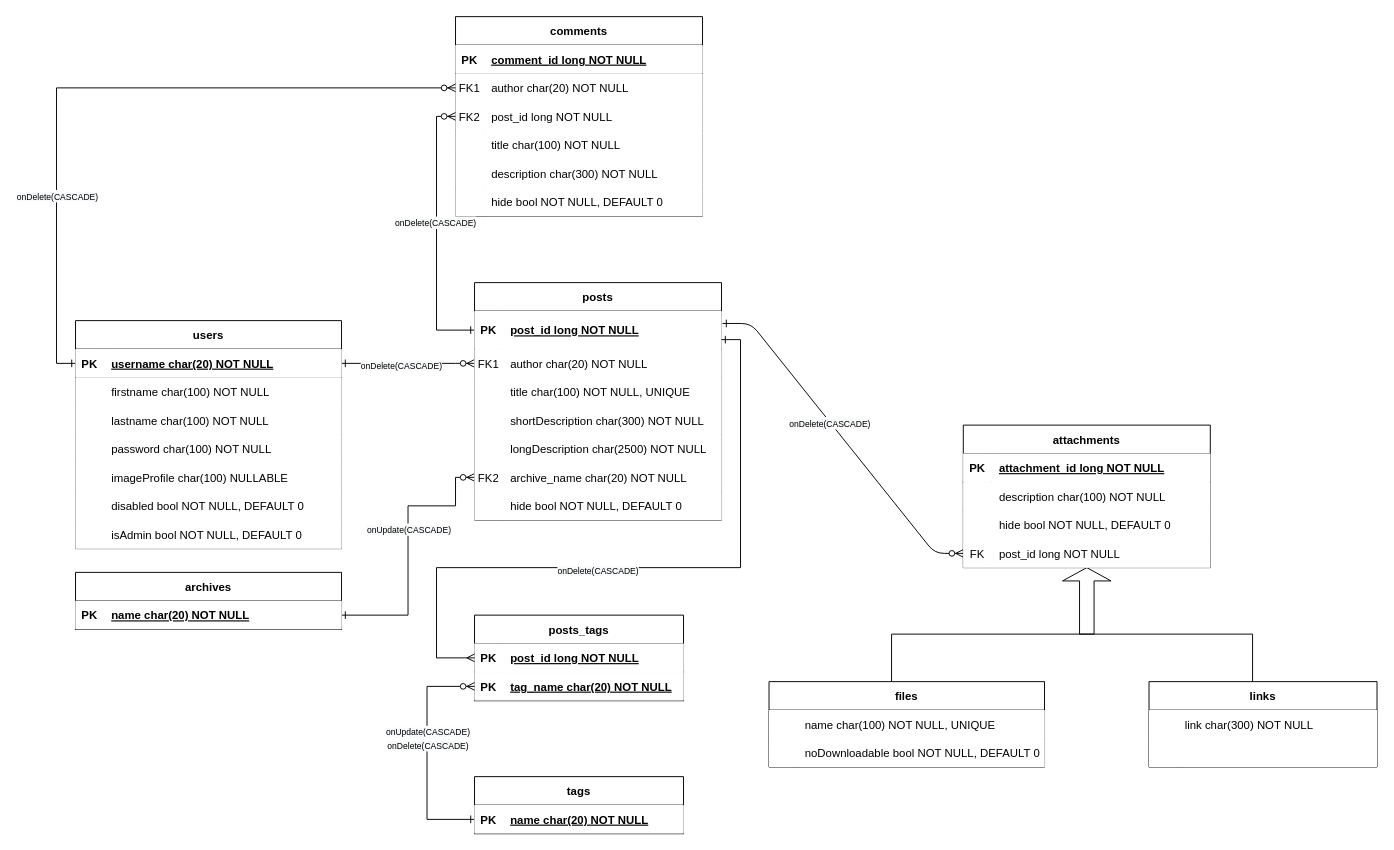
This is Modello DB.drawio from lorenzofratini1998/ADVProgramming_Project, a draw.io file, before an edit. Source tidied: cells renumbered, new cells numbered last; positions are measured from the earlier drawing's top-left corner, leaving out a move shared by most shapes. Both pictures are drawn from the tidied source at 95%, with x=0, y=0 at pixel (75, 16).
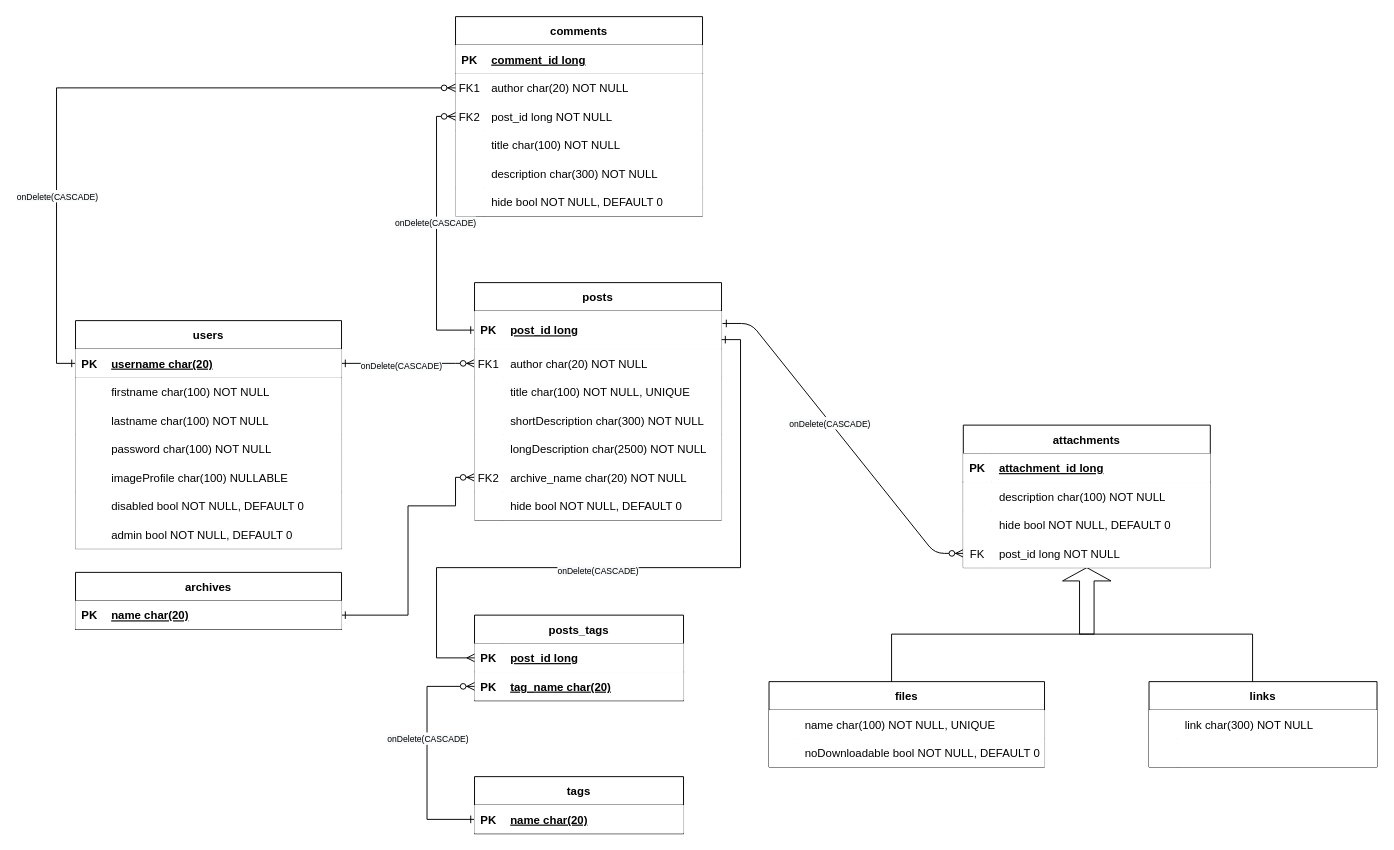
After the change.

Unchanged cells that the change refers to:
```xml
<mxCell id="5" style="shape=partialRectangle;top=0;left=0;right=0;bottom=1;" parent="4" vertex="1">
  <mxGeometry y="30" width="260" height="30" as="geometry" />
</mxCell>
<mxCell id="27" style="edgeStyle=orthogonalEdgeStyle;rounded=0;jettySize=auto;html=1;exitX=1;exitY=0.5;exitDx=0;exitDy=0;entryX=0;entryY=0.5;entryDx=0;entryDy=0;startArrow=ERone;startFill=0;endArrow=ERzeroToMany;endFill=1;fillColor=#FFFF33;" parent="1" edge="1" source="120" target="47">
  <mxGeometry relative="1" as="geometry">
    <Array as="points">
      <mxPoint x="350" y="630" />
      <mxPoint x="350" y="515" />
      <mxPoint x="400" y="515" />
      <mxPoint x="400" y="485" />
    </Array>
  </mxGeometry>
</mxCell>
<mxCell id="32" style="shape=partialRectangle;points=[[0,0.5],[1,0.5]];portConstraint=eastwest;top=0;left=0;right=0;bottom=1;" parent="31" vertex="1">
  <mxGeometry y="30" width="260" height="40" as="geometry" />
</mxCell>
<mxCell id="54" style="shape=partialRectangle;points=[[0,0.5],[1,0.5]];portConstraint=eastwest;top=0;left=0;right=0;bottom=1;" parent="53" vertex="1">
  <mxGeometry y="30" width="220" height="30" as="geometry" />
</mxCell>
<mxCell id="57" style="shape=partialRectangle;points=[[0,0.5],[1,0.5]];portConstraint=eastwest;top=0;left=0;right=0;bottom=1;" parent="53" vertex="1">
  <mxGeometry y="60" width="220" height="30" as="geometry" />
</mxCell>
<mxCell id="60" style="edgeStyle=orthogonalEdgeStyle;rounded=0;jettySize=auto;html=1;startArrow=ERone;startFill=0;endArrow=ERzeroToMany;endFill=1;fillColor=#FFFF33;entryX=0;entryY=0.5;entryDx=0;entryDy=0;exitX=0;exitY=0.5;exitDx=0;exitDy=0;" parent="1" edge="1" source="81" target="57">
  <mxGeometry relative="1" as="geometry">
    <Array as="points">
      <mxPoint x="370" y="845" />
      <mxPoint x="370" y="705" />
    </Array>
  </mxGeometry>
</mxCell>
<mxCell id="81" style="shape=partialRectangle;points=[[0,0.5],[1,0.5]];portConstraint=eastwest;top=0;left=0;right=0;bottom=1;" parent="80" vertex="1">
  <mxGeometry y="30" width="220" height="30" as="geometry" />
</mxCell>
<mxCell id="85" style="shape=partialRectangle;top=0;left=0;right=0;bottom=1;" parent="84" vertex="1">
  <mxGeometry y="30" width="260" height="30" as="geometry" />
</mxCell>
<mxCell id="98" style="shape=partialRectangle;points=[[0,0.5],[1,0.5]];portConstraint=eastwest;top=0;left=0;right=0;bottom=1;" parent="97" vertex="1">
  <mxGeometry y="30" width="280" height="30" as="geometry" />
</mxCell>
<mxCell id="116" style="shape=partialRectangle;top=0;left=0;right=0;bottom=0;" parent="97" vertex="1">
  <mxGeometry y="210" width="280" height="30" as="geometry" />
</mxCell>
<mxCell id="120" style="shape=partialRectangle;points=[[0,0.5],[1,0.5]];portConstraint=eastwest;top=0;left=0;right=0;bottom=1;" parent="119" vertex="1">
  <mxGeometry y="30" width="280" height="30" as="geometry" />
</mxCell>
```

Diff of the diagram source:
```diff
@@
-    <mxCell id="7" value="comment_id long NOT NULL" style="shape=partialRectangle;overflow=hidden;top=0;left=0;bottom=0;right=0;align=left;spacingLeft=6;fontStyle=5;" parent="5" vertex="1">
+    <mxCell id="7" value="comment_id long" style="shape=partialRectangle;overflow=hidden;top=0;left=0;bottom=0;right=0;align=left;spacingLeft=6;fontStyle=5;" parent="5" vertex="1">
       <mxGeometry x="30" width="230" height="30" as="geometry" />
     </mxCell>
@@
-    <mxCell id="28" value="&lt;span style=&quot;font-size: 9px ; background-color: rgb(248 , 249 , 250)&quot;&gt;onUpdate(&lt;/span&gt;&lt;span style=&quot;font-size: 9px ; background-color: rgb(248 , 249 , 250)&quot;&gt;CASCADE&lt;/span&gt;&lt;span style=&quot;font-size: 9px ; background-color: rgb(248 , 249 , 250)&quot;&gt;)&lt;/span&gt;" style="edgeLabel;html=1;align=center;verticalAlign=middle;" parent="27" vertex="1">
-      <mxGeometry x="0.13" relative="1" as="geometry" />
-    </mxCell>
@@
-    <mxCell id="34" value="post_id long NOT NULL" style="shape=partialRectangle;overflow=hidden;top=0;left=0;bottom=0;right=0;align=left;spacingLeft=6;fontStyle=5;" parent="32" vertex="1">
+    <mxCell id="34" value="post_id long" style="shape=partialRectangle;overflow=hidden;top=0;left=0;bottom=0;right=0;align=left;spacingLeft=6;fontStyle=5;" parent="32" vertex="1">
       <mxGeometry x="30" width="230" height="40" as="geometry" />
     </mxCell>
@@
-    <mxCell id="56" value="post_id long NOT NULL " style="shape=partialRectangle;overflow=hidden;top=0;left=0;bottom=0;right=0;align=left;spacingLeft=6;fontStyle=5;" parent="54" vertex="1">
+    <mxCell id="56" value="post_id long" style="shape=partialRectangle;overflow=hidden;top=0;left=0;bottom=0;right=0;align=left;spacingLeft=6;fontStyle=5;" parent="54" vertex="1">
       <mxGeometry x="30" width="190" height="30" as="geometry" />
     </mxCell>
@@
-    <mxCell id="59" value="tag_name char(20) NOT NULL " style="shape=partialRectangle;overflow=hidden;top=0;left=0;bottom=0;right=0;align=left;spacingLeft=6;fontStyle=5;" parent="57" vertex="1">
+    <mxCell id="59" value="tag_name char(20)" style="shape=partialRectangle;overflow=hidden;top=0;left=0;bottom=0;right=0;align=left;spacingLeft=6;fontStyle=5;" parent="57" vertex="1">
       <mxGeometry x="30" width="190" height="30" as="geometry" />
     </mxCell>
@@
-    <mxCell id="61" value="&lt;span style=&quot;font-size: 9px ; background-color: rgb(248 , 249 , 250)&quot;&gt;onUpdate(&lt;/span&gt;&lt;span style=&quot;font-size: 9px ; background-color: rgb(248 , 249 , 250)&quot;&gt;CASCADE&lt;/span&gt;&lt;span style=&quot;font-size: 9px ; background-color: rgb(248 , 249 , 250)&quot;&gt;)&lt;br&gt;&lt;/span&gt;&lt;span style=&quot;font-size: 9px ; background-color: rgb(248 , 249 , 250)&quot;&gt;onDelete(CASCADE)&lt;/span&gt;&lt;span style=&quot;font-size: 9px ; background-color: rgb(248 , 249 , 250)&quot;&gt;&lt;br&gt;&lt;/span&gt;" style="edgeLabel;html=1;align=center;verticalAlign=middle;" parent="60" vertex="1">
+    <mxCell id="61" value="&lt;span style=&quot;font-size: 9px ; background-color: rgb(248 , 249 , 250)&quot;&gt;onDelete(CASCADE)&lt;/span&gt;&lt;span style=&quot;font-size: 9px ; background-color: rgb(248 , 249 , 250)&quot;&gt;&lt;br&gt;&lt;/span&gt;" style="edgeLabel;html=1;align=center;verticalAlign=middle;" parent="60" vertex="1">
       <mxGeometry x="0.13" relative="1" as="geometry" />
     </mxCell>
@@
-    <mxCell id="83" value="name char(20) NOT NULL " style="shape=partialRectangle;overflow=hidden;top=0;left=0;bottom=0;right=0;align=left;spacingLeft=6;fontStyle=5;" parent="81" vertex="1">
+    <mxCell id="83" value="name char(20)" style="shape=partialRectangle;overflow=hidden;top=0;left=0;bottom=0;right=0;align=left;spacingLeft=6;fontStyle=5;" parent="81" vertex="1">
       <mxGeometry x="30" width="190" height="30" as="geometry" />
     </mxCell>
@@
-    <mxCell id="87" value="attachment_id long NOT NULL" style="shape=partialRectangle;overflow=hidden;top=0;left=0;bottom=0;right=0;align=left;spacingLeft=6;fontStyle=5;" parent="85" vertex="1">
+    <mxCell id="87" value="attachment_id long" style="shape=partialRectangle;overflow=hidden;top=0;left=0;bottom=0;right=0;align=left;spacingLeft=6;fontStyle=5;" parent="85" vertex="1">
       <mxGeometry x="30" width="230" height="30" as="geometry" />
     </mxCell>
@@
-    <mxCell id="100" value="username char(20) NOT NULL" style="shape=partialRectangle;overflow=hidden;top=0;left=0;bottom=0;right=0;align=left;spacingLeft=6;fontStyle=5;" parent="98" vertex="1">
+    <mxCell id="100" value="username char(20)" style="shape=partialRectangle;overflow=hidden;top=0;left=0;bottom=0;right=0;align=left;spacingLeft=6;fontStyle=5;" parent="98" vertex="1">
       <mxGeometry x="30" width="250" height="30" as="geometry" />
     </mxCell>
@@
-    <mxCell id="118" value="isAdmin bool NOT NULL, DEFAULT 0" style="shape=partialRectangle;overflow=hidden;top=0;left=0;bottom=0;right=0;align=left;spacingLeft=6;" parent="116" vertex="1">
+    <mxCell id="118" value="admin bool NOT NULL, DEFAULT 0" style="shape=partialRectangle;overflow=hidden;top=0;left=0;bottom=0;right=0;align=left;spacingLeft=6;" parent="116" vertex="1">
       <mxGeometry x="30" width="250" height="30" as="geometry" />
     </mxCell>
@@
-    <mxCell id="122" value="name char(20) NOT NULL " style="shape=partialRectangle;overflow=hidden;top=0;left=0;bottom=0;right=0;align=left;spacingLeft=6;fontStyle=5;" parent="120" vertex="1">
+    <mxCell id="122" value="name char(20)" style="shape=partialRectangle;overflow=hidden;top=0;left=0;bottom=0;right=0;align=left;spacingLeft=6;fontStyle=5;" parent="120" vertex="1">
       <mxGeometry x="30" width="250" height="30" as="geometry" />
     </mxCell>
```
